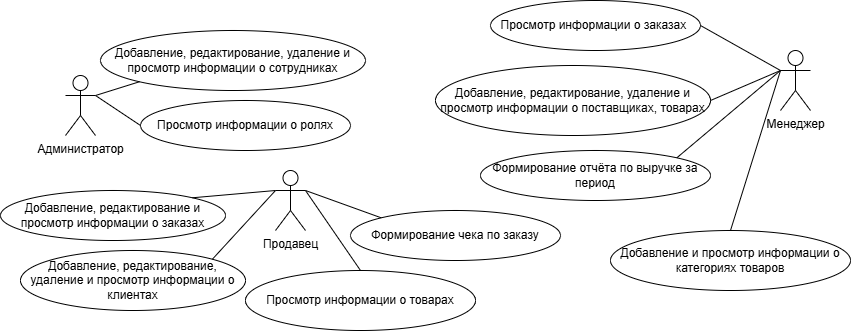
Above: doc/Диаграмма использования.png in innaoot1/FurnitureStore (draw.io), before the change. Source tidied: cells renumbered, new cells last; positions are measured from the earlier drawing's top-left corner, leaving out a move shared by most shapes. Its diagram source:
```xml
<mxGraphModel>
  <root>
    <mxCell id="0" />
    <mxCell id="1" parent="0" />
    <mxCell id="2" value="Администратор" style="shape=umlActor;verticalLabelPosition=bottom;verticalAlign=top;outlineConnect=0;html=1;" parent="1" vertex="1">
      <mxGeometry x="65" y="75" width="30" height="60" as="geometry" />
    </mxCell>
    <mxCell id="3" value="Менеджер" style="shape=umlActor;verticalLabelPosition=bottom;verticalAlign=top;html=1;outlineConnect=0;" parent="1" vertex="1">
      <mxGeometry x="780" y="50" width="30" height="60" as="geometry" />
    </mxCell>
    <mxCell id="4" value="Продавец" style="shape=umlActor;verticalLabelPosition=bottom;verticalAlign=top;html=1;outlineConnect=0;" parent="1" vertex="1">
      <mxGeometry x="275" y="170" width="30" height="60" as="geometry" />
    </mxCell>
    <mxCell id="5" value="Добавление, редактирование, удаление и просмотр информации о сотрудниках" style="ellipse;whiteSpace=wrap;html=1;" parent="1" vertex="1">
      <mxGeometry x="100" y="30" width="265" height="60" as="geometry" />
    </mxCell>
    <mxCell id="6" value="Просмотр информации о ролях" style="ellipse;whiteSpace=wrap;html=1;" parent="1" vertex="1">
      <mxGeometry x="140" y="100" width="210" height="50" as="geometry" />
    </mxCell>
    <mxCell id="7" value="Просмотр информации о заказах&amp;nbsp;" style="ellipse;whiteSpace=wrap;html=1;" parent="1" vertex="1">
      <mxGeometry x="490" width="210" height="50" as="geometry" />
    </mxCell>
    <mxCell id="8" value="Добавление, редактирование, удаление и просмотр информации о поставщиках, товарах" style="ellipse;whiteSpace=wrap;html=1;" parent="1" vertex="1">
      <mxGeometry x="435" y="65" width="275" height="70" as="geometry" />
    </mxCell>
    <mxCell id="9" value="Формирование чека по заказу" style="ellipse;whiteSpace=wrap;html=1;" parent="1" vertex="1">
      <mxGeometry x="350" y="210" width="210" height="50" as="geometry" />
    </mxCell>
    <mxCell id="10" value="Добавление, редактирование, удаление и просмотр информации о клиентах" style="ellipse;whiteSpace=wrap;html=1;" parent="1" vertex="1">
      <mxGeometry x="20" y="250" width="225" height="60" as="geometry" />
    </mxCell>
    <mxCell id="11" value="Добавление, редактирование и просмотр информации о заказах" style="ellipse;whiteSpace=wrap;html=1;" parent="1" vertex="1">
      <mxGeometry y="190" width="225" height="50" as="geometry" />
    </mxCell>
    <mxCell id="12" style="endArrow=none;html=1;rounded=0;entryX=1;entryY=0.3333333333333333;entryDx=0;entryDy=0;entryPerimeter=0;exitX=0;exitY=1;exitDx=0;exitDy=0;" parent="1" edge="1" source="5" target="2">
      <mxGeometry relative="1" as="geometry" />
    </mxCell>
    <mxCell id="13" style="endArrow=none;html=1;rounded=0;entryX=1;entryY=0.3333333333333333;entryDx=0;entryDy=0;entryPerimeter=0;exitX=0;exitY=0.5;exitDx=0;exitDy=0;" parent="1" edge="1" source="6" target="2">
      <mxGeometry relative="1" as="geometry" />
    </mxCell>
    <mxCell id="14" style="endArrow=none;html=1;rounded=0;entryX=1;entryY=0;entryDx=0;entryDy=0;exitX=0;exitY=0.3333333333333333;exitDx=0;exitDy=0;exitPerimeter=0;" parent="1" edge="1" source="4" target="11">
      <mxGeometry relative="1" as="geometry" />
    </mxCell>
    <mxCell id="15" style="endArrow=none;html=1;rounded=0;entryX=1;entryY=0.3333333333333333;entryDx=0;entryDy=0;entryPerimeter=0;exitX=0;exitY=0;exitDx=0;exitDy=0;" parent="1" edge="1" source="9" target="4">
      <mxGeometry relative="1" as="geometry" />
    </mxCell>
    <mxCell id="16" style="endArrow=none;html=1;rounded=0;entryX=1;entryY=0;entryDx=0;entryDy=0;exitX=0;exitY=0.3333333333333333;exitDx=0;exitDy=0;exitPerimeter=0;" parent="1" edge="1" source="4" target="10">
      <mxGeometry relative="1" as="geometry" />
    </mxCell>
    <mxCell id="17" style="endArrow=none;html=1;rounded=0;entryX=1;entryY=0.5;entryDx=0;entryDy=0;exitX=0;exitY=0.3333333333333333;exitDx=0;exitDy=0;exitPerimeter=0;" parent="1" edge="1" source="3" target="8">
      <mxGeometry relative="1" as="geometry" />
    </mxCell>
    <mxCell id="18" style="endArrow=none;html=1;rounded=0;entryX=1;entryY=0.5;entryDx=0;entryDy=0;exitX=0;exitY=0.3333333333333333;exitDx=0;exitDy=0;exitPerimeter=0;" parent="1" edge="1" source="3" target="7">
      <mxGeometry relative="1" as="geometry" />
    </mxCell>
    <mxCell id="19" value="Формирование отчёта по выручке за период" style="ellipse;whiteSpace=wrap;html=1;" parent="1" vertex="1">
      <mxGeometry x="480" y="150" width="230" height="50" as="geometry" />
    </mxCell>
    <mxCell id="20" style="endArrow=none;html=1;rounded=0;exitX=1;exitY=0;exitDx=0;exitDy=0;entryX=0;entryY=0.3333333333333333;entryDx=0;entryDy=0;entryPerimeter=0;" parent="1" edge="1" source="19" target="3">
      <mxGeometry relative="1" as="geometry" />
    </mxCell>
    <mxCell id="21" value="Просмотр информации о товарах" style="ellipse;whiteSpace=wrap;html=1;" parent="1" vertex="1">
      <mxGeometry x="245" y="270" width="230" height="60" as="geometry" />
    </mxCell>
    <mxCell id="22" style="endArrow=none;html=1;rounded=0;entryX=1;entryY=0.3333333333333333;entryDx=0;entryDy=0;entryPerimeter=0;exitX=0.5;exitY=0;exitDx=0;exitDy=0;" parent="1" edge="1" source="21" target="4">
      <mxGeometry relative="1" as="geometry" />
    </mxCell>
    <mxCell id="23" value="Добавление и просмотр информации о категориях товаров" style="ellipse;whiteSpace=wrap;html=1;" parent="1" vertex="1">
      <mxGeometry x="610" y="230" width="240" height="60" as="geometry" />
    </mxCell>
    <mxCell id="24" style="endArrow=none;html=1;rounded=0;exitX=0.5;exitY=0;exitDx=0;exitDy=0;entryX=0;entryY=0.3333333333333333;entryDx=0;entryDy=0;entryPerimeter=0;" parent="1" edge="1" source="23" target="3">
      <mxGeometry relative="1" as="geometry" />
    </mxCell>
  </root>
</mxGraphModel>
```
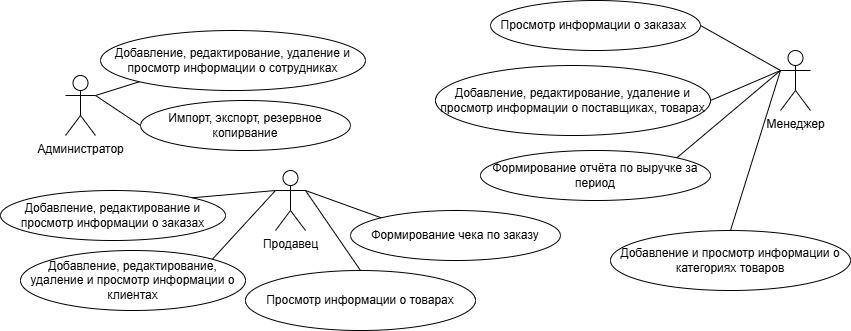
Later version of the same file.

Diff of the diagram source:
```diff
@@ -14,7 +14,7 @@
     <mxCell id="5" value="Добавление, редактирование, удаление и просмотр информации о сотрудниках" style="ellipse;whiteSpace=wrap;html=1;" parent="1" vertex="1">
       <mxGeometry x="100" y="30" width="265" height="60" as="geometry" />
     </mxCell>
-    <mxCell id="6" value="Просмотр информации о ролях" style="ellipse;whiteSpace=wrap;html=1;" parent="1" vertex="1">
+    <mxCell id="6" value="Импорт, экспорт, резервное копирвание" style="ellipse;whiteSpace=wrap;html=1;" parent="1" vertex="1">
       <mxGeometry x="140" y="100" width="210" height="50" as="geometry" />
     </mxCell>
     <mxCell id="7" value="Просмотр информации о заказах&amp;nbsp;" style="ellipse;whiteSpace=wrap;html=1;" parent="1" vertex="1">
```
